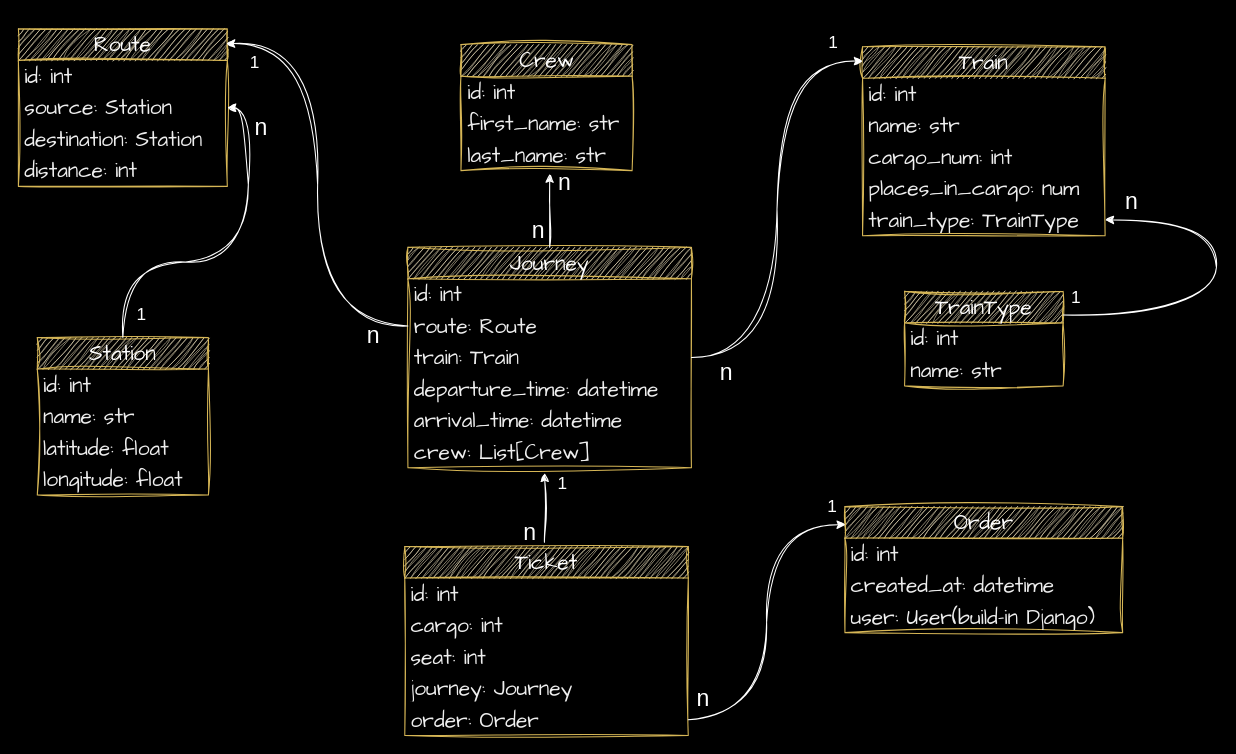
Above: sation_db_diagram.drawio in Dogober/train-station-API (draw.io), before the change. Source tidied: cells renumbered, new cells numbered last; positions are measured from the earlier drawing's top-left corner, leaving out a move shared by most shapes. Both pictures are drawn from the tidied source at 105%, with x=0, y=0 at pixel (18, 28).
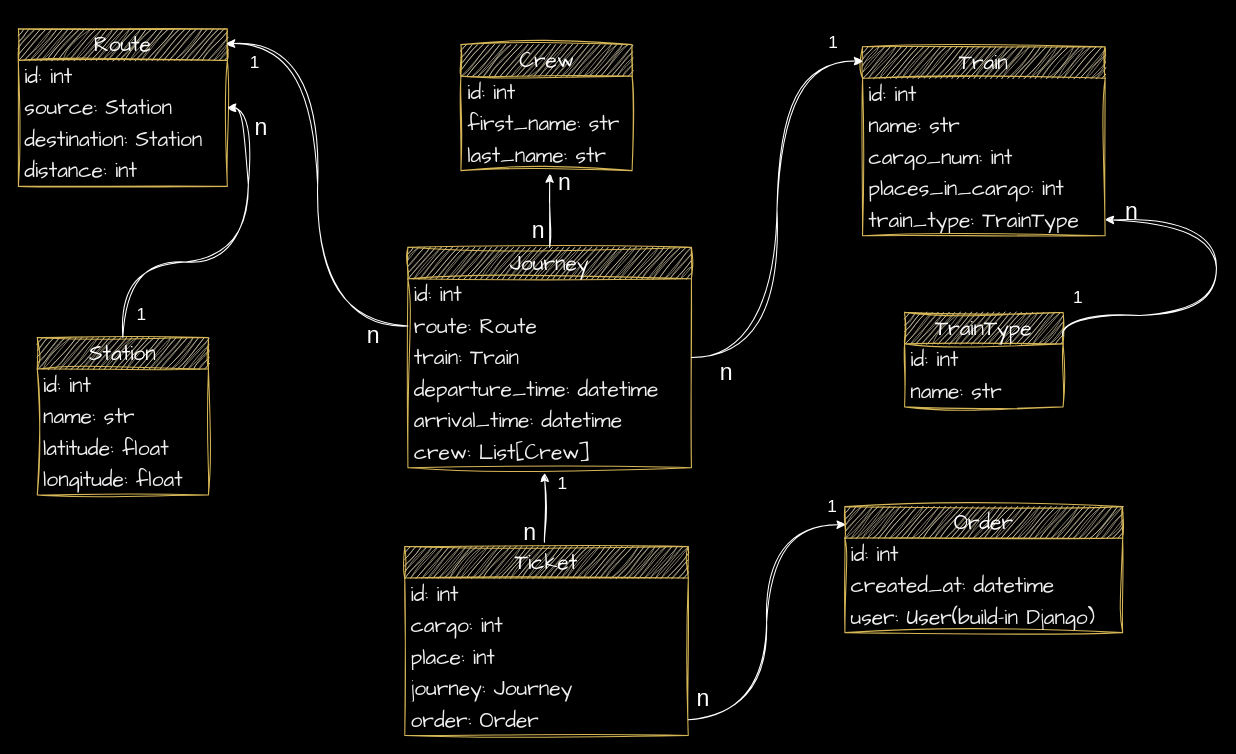
The same page after the edit.

Commit message (it also covers changes not shown here):
Create all models that relate to station_db_diagram: Route, Crew, Train, Station, Journey, Ticket, Order, TrainType. Implement validation for Ticket (journey-cargo-place dependency)

Unchanged cells that the change refers to:
```xml
<mxCell id="23" value="&lt;font color=&quot;#ffffff&quot;&gt;Train&lt;/font&gt;" style="swimlane;fontStyle=0;horizontal=1;startSize=30;whiteSpace=wrap;html=1;sketch=1;hachureGap=4;jiggle=2;curveFitting=1;fontFamily=Architects Daughter;fontSize=20;swimlaneFillColor=none;fillColor=#fff2cc;strokeColor=#d6b656;" parent="1" vertex="1">
  <mxGeometry x="804" y="17" width="231" height="180" as="geometry" />
</mxCell>
<mxCell id="32" value="&lt;font color=&quot;#ffffff&quot;&gt;Ticket&lt;/font&gt;" style="swimlane;fontStyle=0;horizontal=1;startSize=30;whiteSpace=wrap;html=1;sketch=1;hachureGap=4;jiggle=2;curveFitting=1;fontFamily=Architects Daughter;fontSize=20;swimlaneFillColor=none;fillColor=#fff2cc;strokeColor=#d6b656;" parent="1" vertex="1">
  <mxGeometry x="368" y="493" width="270" height="180" as="geometry" />
</mxCell>
```

Diff of the diagram source:
```diff
@@
-    <mxCell id="27" value="places_in_cargo: num" style="text;strokeColor=none;fillColor=none;align=left;verticalAlign=middle;spacingLeft=4;spacingRight=4;overflow=hidden;whiteSpace=wrap;html=1;fontSize=20;fontFamily=Architects Daughter;fontColor=#EEEEEE;" parent="23" vertex="1">
+    <mxCell id="27" value="places_in_cargo: int" style="text;strokeColor=none;fillColor=none;align=left;verticalAlign=middle;spacingLeft=4;spacingRight=4;overflow=hidden;whiteSpace=wrap;html=1;fontSize=20;fontFamily=Architects Daughter;fontColor=#EEEEEE;" parent="23" vertex="1">
       <mxGeometry y="120" width="231" height="30" as="geometry" />
     </mxCell>
@@
     <mxCell id="29" value="&lt;font color=&quot;#ffffff&quot;&gt;TrainType&lt;/font&gt;" style="swimlane;fontStyle=0;horizontal=1;startSize=30;whiteSpace=wrap;html=1;sketch=1;hachureGap=4;jiggle=2;curveFitting=1;fontFamily=Architects Daughter;fontSize=20;swimlaneFillColor=none;fillColor=#fff2cc;strokeColor=#d6b656;" parent="1" vertex="1">
-      <mxGeometry x="844" y="250" width="151" height="90" as="geometry" />
+      <mxGeometry x="844" y="270" width="151" height="90" as="geometry" />
     </mxCell>
@@
-    <mxCell id="35" value="seat: int" style="text;strokeColor=none;fillColor=none;align=left;verticalAlign=middle;spacingLeft=4;spacingRight=4;overflow=hidden;whiteSpace=wrap;html=1;fontSize=20;fontFamily=Architects Daughter;fontColor=#EEEEEE;" parent="32" vertex="1">
+    <mxCell id="35" value="place: int" style="text;strokeColor=none;fillColor=none;align=left;verticalAlign=middle;spacingLeft=4;spacingRight=4;overflow=hidden;whiteSpace=wrap;html=1;fontSize=20;fontFamily=Architects Daughter;fontColor=#EEEEEE;" parent="32" vertex="1">
       <mxGeometry y="90" width="270" height="30" as="geometry" />
     </mxCell>
```
